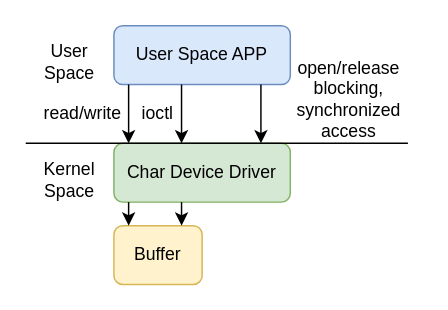
This is driver/ADC-driver/character device driver.drawio from OuO333333/jserv-linux-kernel-internals-study, a draw.io file, before an edit. Source tidied: cells renumbered, new cells numbered last; positions are measured from the earlier drawing's top-left corner, leaving out a move shared by most shapes. Both pictures are drawn from the tidied source at 147%, with x=0, y=0 at pixel (25, 25).
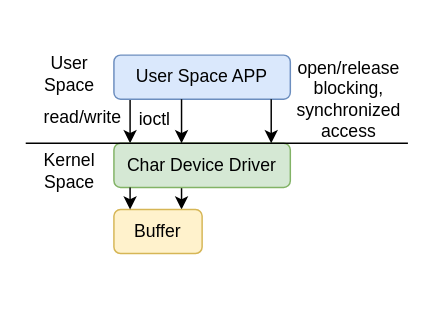
The same page after the edit.

Diff of the diagram source:
```diff
@@
+    <mxCell id="16" style="edgeStyle=orthogonalEdgeStyle;rounded=0;orthogonalLoop=1;jettySize=auto;html=1;exitX=0.75;exitY=1;exitDx=0;exitDy=0;" parent="1" edge="1">
+      <mxGeometry relative="1" as="geometry">
+        <mxPoint x="71" y="50" as="sourcePoint" />
+        <mxPoint x="71" y="80" as="targetPoint" />
+      </mxGeometry>
+    </mxCell>
     <mxCell id="2" value="User Space APP" style="rounded=1;whiteSpace=wrap;html=1;fillColor=#dae8fc;strokeColor=#6c8ebf;" parent="1" vertex="1">
-      <mxGeometry x="60" width="120" height="40" as="geometry" />
+      <mxGeometry x="60" y="20" width="120" height="30" as="geometry" />
     </mxCell>
+    <mxCell id="17" style="edgeStyle=orthogonalEdgeStyle;rounded=0;orthogonalLoop=1;jettySize=auto;html=1;exitX=0.25;exitY=1;exitDx=0;exitDy=0;entryX=0.5;entryY=0;entryDx=0;entryDy=0;" parent="1" edge="1">
+      <mxGeometry relative="1" as="geometry">
+        <mxPoint x="106" y="110" as="sourcePoint" />
+        <mxPoint x="106" y="125" as="targetPoint" />
+      </mxGeometry>
+    </mxCell>
     <mxCell id="3" value="Char Device Driver" style="rounded=1;whiteSpace=wrap;html=1;fillColor=#d5e8d4;strokeColor=#82b366;" parent="1" vertex="1">
-      <mxGeometry x="60" y="80" width="120" height="40" as="geometry" />
+      <mxGeometry x="60" y="80" width="120" height="30" as="geometry" />
     </mxCell>
     <mxCell id="4" value="read/write" style="text;html=1;align=center;verticalAlign=middle;whiteSpace=wrap;rounded=0;" parent="1" vertex="1">
-      <mxGeometry x="9" y="45" width="60" height="30" as="geometry" />
+      <mxGeometry x="9" y="48" width="60" height="30" as="geometry" />
     </mxCell>
     <mxCell id="5" value="ioctl" style="text;html=1;align=center;verticalAlign=middle;whiteSpace=wrap;rounded=0;" parent="1" vertex="1">
-      <mxGeometry x="60" y="45" width="60" height="30" as="geometry" />
+      <mxGeometry x="58" y="49" width="60" height="30" as="geometry" />
     </mxCell>
-    <mxCell id="6" style="endArrow=classic;html=1;rounded=0;exitX=0.25;exitY=1;exitDx=0;exitDy=0;entryX=0.25;entryY=0;entryDx=0;entryDy=0;" parent="1" edge="1">
-      <mxGeometry relative="1" as="geometry">
-        <mxPoint x="70" y="40" as="sourcePoint" />
-        <mxPoint x="70" y="80" as="targetPoint" />
-      </mxGeometry>
-    </mxCell>
-    <mxCell id="7" style="endArrow=classic;html=1;rounded=0;exitX=0.25;exitY=1;exitDx=0;exitDy=0;entryX=0.25;entryY=0;entryDx=0;entryDy=0;" parent="1" edge="1">
-      <mxGeometry relative="1" as="geometry">
-        <mxPoint x="106" y="40" as="sourcePoint" />
-        <mxPoint x="106" y="80" as="targetPoint" />
-      </mxGeometry>
-    </mxCell>
-    <mxCell id="8" style="endArrow=classic;html=1;rounded=0;exitX=0.25;exitY=1;exitDx=0;exitDy=0;entryX=0.25;entryY=0;entryDx=0;entryDy=0;" parent="1" edge="1">
-      <mxGeometry relative="1" as="geometry">
-        <mxPoint x="160" y="40" as="sourcePoint" />
-        <mxPoint x="160" y="80" as="targetPoint" />
-      </mxGeometry>
-    </mxCell>
@@
     <mxCell id="11" value="User Space" style="text;html=1;align=center;verticalAlign=middle;whiteSpace=wrap;rounded=0;" parent="1" vertex="1">
-      <mxGeometry y="10" width="60" height="30" as="geometry" />
+      <mxGeometry y="18" width="60" height="30" as="geometry" />
     </mxCell>
     <mxCell id="12" value="Kernel Space" style="text;html=1;align=center;verticalAlign=middle;whiteSpace=wrap;rounded=0;" parent="1" vertex="1">
-      <mxGeometry y="90" width="60" height="30" as="geometry" />
+      <mxGeometry y="84" width="60" height="30" as="geometry" />
     </mxCell>
     <mxCell id="13" value="Buffer" style="rounded=1;whiteSpace=wrap;html=1;fillColor=#fff2cc;strokeColor=#d6b656;" parent="1" vertex="1">
-      <mxGeometry x="60" y="136" width="60" height="40" as="geometry" />
+      <mxGeometry x="60" y="125" width="60" height="30" as="geometry" />
     </mxCell>
-    <mxCell id="14" style="endArrow=classic;html=1;rounded=0;exitX=0.25;exitY=1;exitDx=0;exitDy=0;entryX=0.5;entryY=0;entryDx=0;entryDy=0;" parent="1" edge="1">
-      <mxGeometry relative="1" as="geometry">
-        <mxPoint x="70" y="120" as="sourcePoint" />
-        <mxPoint x="70" y="136" as="targetPoint" />
-      </mxGeometry>
-    </mxCell>
-    <mxCell id="15" style="endArrow=classic;html=1;rounded=0;exitX=0.25;exitY=1;exitDx=0;exitDy=0;entryX=0.5;entryY=0;entryDx=0;entryDy=0;" parent="1" edge="1">
-      <mxGeometry relative="1" as="geometry">
-        <mxPoint x="106" y="120" as="sourcePoint" />
-        <mxPoint x="106" y="136" as="targetPoint" />
-      </mxGeometry>
-    </mxCell>
+    <mxCell id="18" style="edgeStyle=orthogonalEdgeStyle;rounded=0;orthogonalLoop=1;jettySize=auto;html=1;exitX=0.5;exitY=1;exitDx=0;exitDy=0;" parent="1" edge="1" source="2" target="2">
+      <mxGeometry relative="1" as="geometry" />
+    </mxCell>
+    <mxCell id="19" style="edgeStyle=orthogonalEdgeStyle;rounded=0;orthogonalLoop=1;jettySize=auto;html=1;exitX=0.75;exitY=1;exitDx=0;exitDy=0;" parent="1" edge="1">
+      <mxGeometry relative="1" as="geometry">
+        <mxPoint x="106" y="50" as="sourcePoint" />
+        <mxPoint x="106" y="80" as="targetPoint" />
+      </mxGeometry>
+    </mxCell>
+    <mxCell id="20" style="edgeStyle=orthogonalEdgeStyle;rounded=0;orthogonalLoop=1;jettySize=auto;html=1;exitX=0.75;exitY=1;exitDx=0;exitDy=0;" parent="1" edge="1">
+      <mxGeometry relative="1" as="geometry">
+        <mxPoint x="167" y="50" as="sourcePoint" />
+        <mxPoint x="167" y="80" as="targetPoint" />
+      </mxGeometry>
+    </mxCell>
+    <mxCell id="21" style="edgeStyle=orthogonalEdgeStyle;rounded=0;orthogonalLoop=1;jettySize=auto;html=1;exitX=0.25;exitY=1;exitDx=0;exitDy=0;entryX=0.5;entryY=0;entryDx=0;entryDy=0;" parent="1" edge="1">
+      <mxGeometry relative="1" as="geometry">
+        <mxPoint x="71" y="110" as="sourcePoint" />
+        <mxPoint x="71" y="125" as="targetPoint" />
+      </mxGeometry>
+    </mxCell>
```
